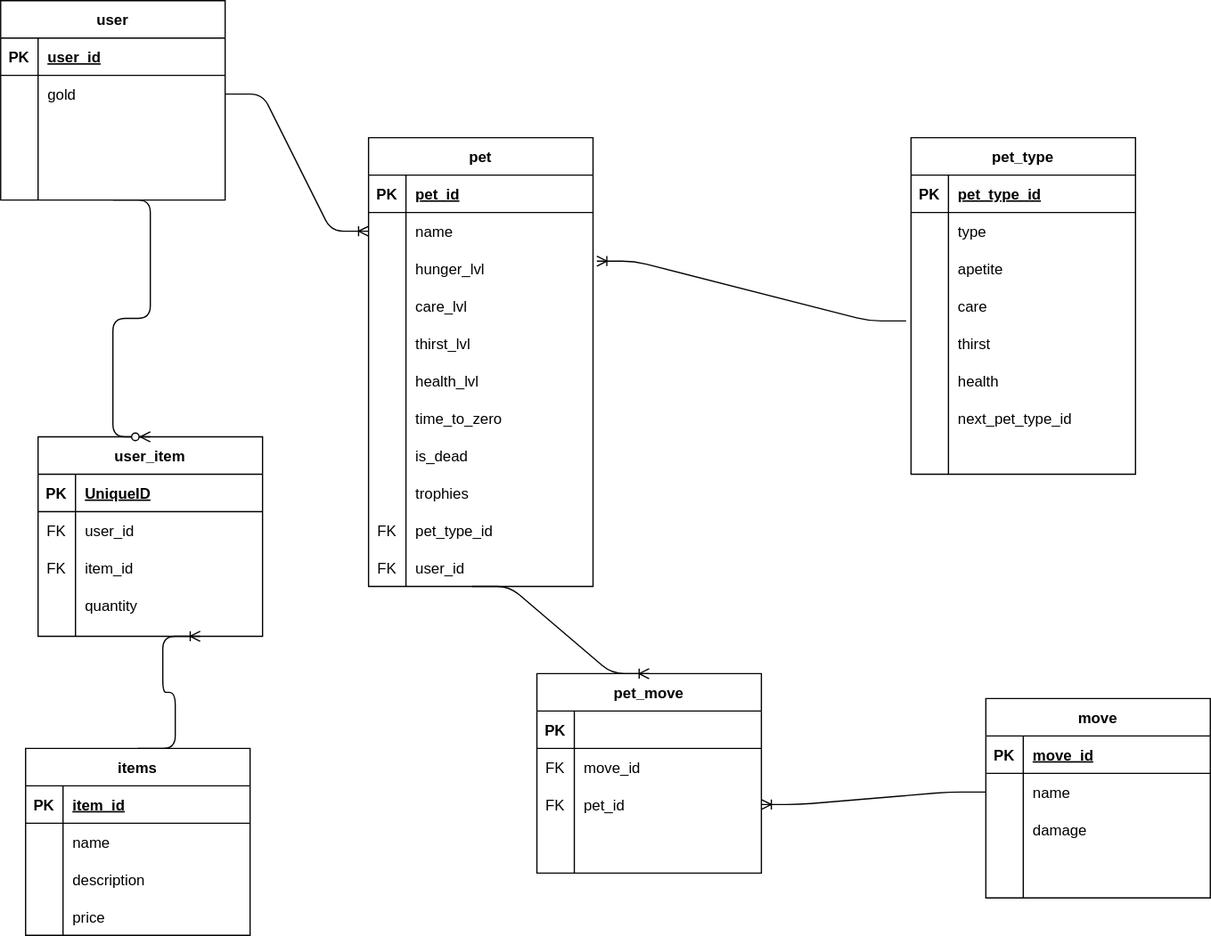
Before: plan/schema-planning.svg, a diagram exported from draw.io (chinnep/DigiPets). Source tidied: cells renumbered, new cells last; positions are measured from the earlier drawing's top-left corner, leaving out a move shared by most shapes.
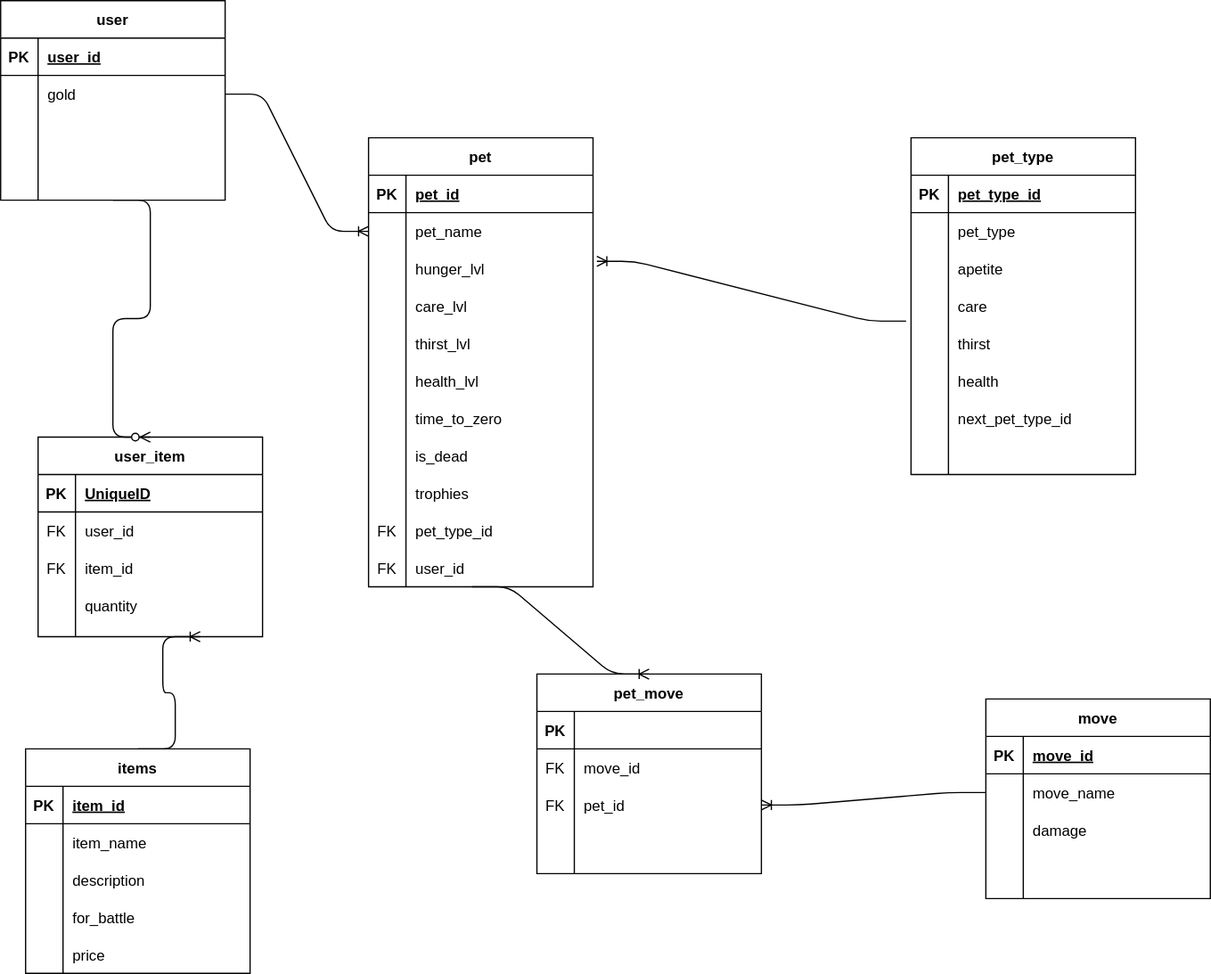
Later version of the same file.

Change to the diagram source:
```diff
@@ -20,7 +20,7 @@
     <mxCell id="7" style="shape=partialRectangle;fillColor=none;top=0;left=0;bottom=0;right=0;overflow=hidden;" parent="6" vertex="1">
       <mxGeometry width="30" height="30" as="geometry" />
     </mxCell>
-    <mxCell id="8" value="name" style="shape=partialRectangle;fillColor=none;top=0;left=0;bottom=0;right=0;align=left;spacingLeft=6;overflow=hidden;" parent="6" vertex="1">
+    <mxCell id="8" value="pet_name" style="shape=partialRectangle;fillColor=none;top=0;left=0;bottom=0;right=0;align=left;spacingLeft=6;overflow=hidden;" parent="6" vertex="1">
       <mxGeometry x="30" width="150" height="30" as="geometry" />
     </mxCell>
     <mxCell id="9" style="shape=partialRectangle;fillColor=none;top=0;left=0;bottom=0;right=0;points=[[0,0.5],[1,0.5]];portConstraint=eastwest;" parent="2" vertex="1">
@@ -144,7 +144,7 @@
       <mxGeometry x="30" width="150" height="30" as="geometry" />
     </mxCell>
     <mxCell id="49" value="items" style="shape=table;startSize=30;rowLines=0;fontStyle=1;align=center;" parent="1" vertex="1">
-      <mxGeometry x="20" y="600" width="180" height="150" as="geometry" />
+      <mxGeometry x="20" y="600" width="180" height="180" as="geometry" />
     </mxCell>
     <mxCell id="50" style="shape=partialRectangle;fillColor=none;top=0;left=0;bottom=1;right=0;" parent="49" vertex="1">
       <mxGeometry y="30" width="180" height="30" as="geometry" />
@@ -161,7 +161,7 @@
     <mxCell id="54" style="shape=partialRectangle;fillColor=none;top=0;left=0;bottom=0;right=0;overflow=hidden;" parent="53" vertex="1">
       <mxGeometry width="30" height="30" as="geometry" />
     </mxCell>
-    <mxCell id="55" value="name" style="shape=partialRectangle;fillColor=none;top=0;left=0;bottom=0;right=0;align=left;spacingLeft=6;overflow=hidden;" parent="53" vertex="1">
+    <mxCell id="55" value="item_name" style="shape=partialRectangle;fillColor=none;top=0;left=0;bottom=0;right=0;align=left;spacingLeft=6;overflow=hidden;" parent="53" vertex="1">
       <mxGeometry x="30" width="150" height="30" as="geometry" />
     </mxCell>
     <mxCell id="56" style="shape=partialRectangle;fillColor=none;top=0;left=0;bottom=0;right=0;" parent="49" vertex="1">
@@ -173,8 +173,17 @@
     <mxCell id="58" value="description" style="shape=partialRectangle;fillColor=none;top=0;left=0;bottom=0;right=0;align=left;spacingLeft=6;overflow=hidden;" parent="56" vertex="1">
       <mxGeometry x="30" width="150" height="30" as="geometry" />
     </mxCell>
+    <mxCell id="132" style="shape=partialRectangle;fillColor=none;top=0;left=0;bottom=0;right=0;" parent="49" vertex="1">
+      <mxGeometry y="120" width="180" height="30" as="geometry" />
+    </mxCell>
+    <mxCell id="133" style="shape=partialRectangle;fillColor=none;top=0;left=0;bottom=0;right=0;overflow=hidden;" parent="132" vertex="1">
+      <mxGeometry width="30" height="30" as="geometry" />
+    </mxCell>
+    <mxCell id="134" value="for_battle" style="shape=partialRectangle;fillColor=none;top=0;left=0;bottom=0;right=0;align=left;spacingLeft=6;overflow=hidden;" parent="132" vertex="1">
+      <mxGeometry x="30" width="150" height="30" as="geometry" />
+    </mxCell>
     <mxCell id="59" style="shape=partialRectangle;fillColor=none;top=0;left=0;bottom=0;right=0;" parent="49" vertex="1">
-      <mxGeometry y="120" width="180" height="30" as="geometry" />
+      <mxGeometry y="150" width="180" height="30" as="geometry" />
     </mxCell>
     <mxCell id="60" style="shape=partialRectangle;fillColor=none;top=0;left=0;bottom=0;right=0;overflow=hidden;" parent="59" vertex="1">
       <mxGeometry width="30" height="30" as="geometry" />
@@ -208,7 +217,7 @@
     <mxCell id="69" style="shape=partialRectangle;fillColor=none;top=0;left=0;bottom=0;right=0;overflow=hidden;" parent="68" vertex="1">
       <mxGeometry width="30" height="30" as="geometry" />
     </mxCell>
-    <mxCell id="70" value="type" style="shape=partialRectangle;fillColor=none;top=0;left=0;bottom=0;right=0;align=left;spacingLeft=6;overflow=hidden;" parent="68" vertex="1">
+    <mxCell id="70" value="pet_type" style="shape=partialRectangle;fillColor=none;top=0;left=0;bottom=0;right=0;align=left;spacingLeft=6;overflow=hidden;" parent="68" vertex="1">
       <mxGeometry x="30" width="150" height="30" as="geometry" />
     </mxCell>
     <mxCell id="71" style="shape=partialRectangle;fillColor=none;top=0;left=0;bottom=0;right=0;" parent="64" vertex="1">
@@ -283,7 +292,7 @@
     <mxCell id="94" style="shape=partialRectangle;fillColor=none;top=0;left=0;bottom=0;right=0;overflow=hidden;" parent="93" vertex="1">
       <mxGeometry width="30" height="30" as="geometry" />
     </mxCell>
-    <mxCell id="95" value="name" style="shape=partialRectangle;fillColor=none;top=0;left=0;bottom=0;right=0;align=left;spacingLeft=6;overflow=hidden;" parent="93" vertex="1">
+    <mxCell id="95" value="move_name" style="shape=partialRectangle;fillColor=none;top=0;left=0;bottom=0;right=0;align=left;spacingLeft=6;overflow=hidden;" parent="93" vertex="1">
       <mxGeometry x="30" width="150" height="30" as="geometry" />
     </mxCell>
     <mxCell id="96" style="shape=partialRectangle;fillColor=none;top=0;left=0;bottom=0;right=0;" parent="89" vertex="1">
```
